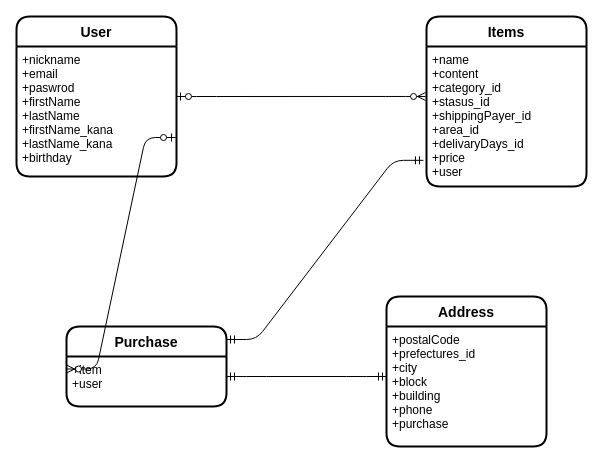
Before: furima.dio in siga-siga/furima-31708, a draw.io diagram. Source tidied: cells renumbered, new cells numbered last; positions are measured from the earlier drawing's top-left corner, leaving out a move shared by most shapes. Both pictures are drawn from the tidied source at 100%, with x=0, y=0 at pixel (16, 16).
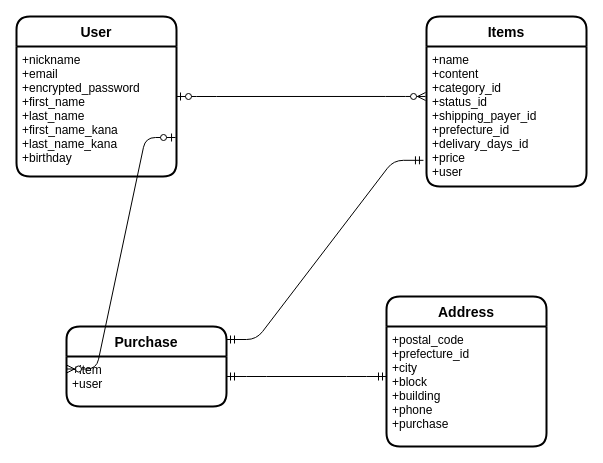
Above is the later version.

Commit message (it also covers changes not shown here):
テーブルのカラム名・type修正

What changed in the source:
```diff
@@
 <mxGraphModel>
   <root>
     <mxCell id="0" />
     <mxCell id="1" parent="0" />
     <mxCell id="2" value="User" style="swimlane;horizontal=1;startSize=30;rounded=1;fontSize=14;fontStyle=1;strokeWidth=2;shadow=0;dashed=0;align=center;" parent="1" vertex="1">
       <mxGeometry width="160" height="160" as="geometry" />
     </mxCell>
-    <mxCell id="3" value="+nickname&#10;+email&#10;+paswrod&#10;+firstName&#10;+lastName&#10;+firstName_kana&#10;+lastName_kana&#10;+birthday" style="align=left;strokeColor=none;fillColor=none;spacingLeft=4;fontSize=12;verticalAlign=top;" parent="2" vertex="1">
+    <mxCell id="3" value="+nickname&#10;+email&#10;+encrypted_password&#10;+first_name&#10;+last_name&#10;+first_name_kana&#10;+last_name_kana&#10;+birthday" style="align=left;strokeColor=none;fillColor=none;spacingLeft=4;fontSize=12;verticalAlign=top;" parent="2" vertex="1">
       <mxGeometry y="30" width="160" height="130" as="geometry" />
     </mxCell>
     <mxCell id="4" value="Items" style="swimlane;horizontal=1;startSize=30;rounded=1;fontSize=14;fontStyle=1;strokeWidth=2;shadow=0;dashed=0;align=center;" parent="1" vertex="1">
       <mxGeometry x="410" width="160" height="170" as="geometry" />
     </mxCell>
-    <mxCell id="5" value="+name&#10;+content&#10;+category_id&#10;+stasus_id&#10;+shippingPayer_id&#10;+area_id&#10;+delivaryDays_id&#10;+price&#10;+user" style="align=left;strokeColor=none;fillColor=none;spacingLeft=4;fontSize=12;verticalAlign=top;" parent="4" vertex="1">
+    <mxCell id="5" value="+name&#10;+content&#10;+category_id&#10;+status_id&#10;+shipping_payer_id&#10;+prefecture_id&#10;+delivary_days_id&#10;+price&#10;+user" style="align=left;strokeColor=none;fillColor=none;spacingLeft=4;fontSize=12;verticalAlign=top;" parent="4" vertex="1">
       <mxGeometry y="30" width="160" height="140" as="geometry" />
     </mxCell>
     <mxCell id="6" style="edgeStyle=entityRelationEdgeStyle;fontSize=12;html=1;endArrow=ERmandOne;startArrow=ERmandOne;" parent="1" edge="1">
       <mxGeometry relative="1" as="geometry">
         <mxPoint x="210" y="360" as="sourcePoint" />
         <mxPoint x="370" y="360" as="targetPoint" />
       </mxGeometry>
     </mxCell>
     <mxCell id="7" value="Purchase" style="swimlane;horizontal=1;startSize=30;rounded=1;fontSize=14;fontStyle=1;strokeWidth=2;shadow=0;dashed=0;align=center;" parent="1" vertex="1">
       <mxGeometry x="50" y="310" width="160" height="80" as="geometry" />
     </mxCell>
     <mxCell id="8" value="+item&#10;+user" style="align=left;strokeColor=none;fillColor=none;spacingLeft=4;fontSize=12;verticalAlign=top;" parent="7" vertex="1">
       <mxGeometry y="30" width="160" height="50" as="geometry" />
     </mxCell>
     <mxCell id="9" value="Address" style="swimlane;horizontal=1;startSize=30;rounded=1;fontSize=14;fontStyle=1;strokeWidth=2;shadow=0;dashed=0;align=center;" parent="1" vertex="1">
       <mxGeometry x="370" y="280" width="160" height="150" as="geometry" />
     </mxCell>
-    <mxCell id="10" value="+postalCode&#10;+prefectures_id&#10;+city&#10;+block&#10;+building&#10;+phone&#10;+purchase" style="align=left;strokeColor=none;fillColor=none;spacingLeft=4;fontSize=12;verticalAlign=top;" parent="9" vertex="1">
+    <mxCell id="10" value="+postal_code&#10;+prefecture_id&#10;+city&#10;+block&#10;+building&#10;+phone&#10;+purchase" style="align=left;strokeColor=none;fillColor=none;spacingLeft=4;fontSize=12;verticalAlign=top;" parent="9" vertex="1">
       <mxGeometry y="30" width="160" height="120" as="geometry" />
     </mxCell>
     <mxCell id="11" style="edgeStyle=entityRelationEdgeStyle;fontSize=12;html=1;endArrow=ERmandOne;startArrow=ERmandOne;entryX=-0.019;entryY=0.813;entryDx=0;entryDy=0;entryPerimeter=0;" parent="1" edge="1" target="5">
       <mxGeometry relative="1" as="geometry">
         <mxPoint x="210" y="323" as="sourcePoint" />
       </mxGeometry>
     </mxCell>
     <mxCell id="12" style="edgeStyle=entityRelationEdgeStyle;fontSize=12;html=1;endArrow=ERzeroToMany;startArrow=ERzeroToOne;exitX=0.994;exitY=0.7;exitDx=0;exitDy=0;exitPerimeter=0;entryX=0;entryY=0.25;entryDx=0;entryDy=0;" parent="1" edge="1" source="3" target="8">
       <mxGeometry relative="1" as="geometry" />
     </mxCell>
     <mxCell id="13" style="edgeStyle=entityRelationEdgeStyle;fontSize=12;html=1;endArrow=ERzeroToMany;startArrow=ERzeroToOne;entryX=-0.006;entryY=0.357;entryDx=0;entryDy=0;entryPerimeter=0;" parent="1" edge="1" target="5">
       <mxGeometry relative="1" as="geometry">
         <mxPoint x="160" y="80" as="sourcePoint" />
       </mxGeometry>
     </mxCell>
   </root>
 </mxGraphModel>
```
